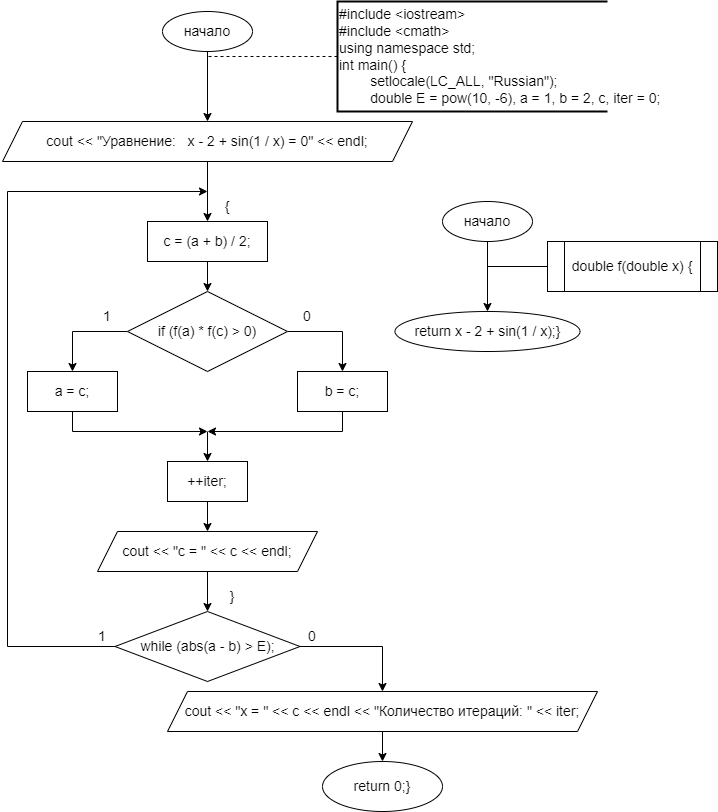
This is Метод половинного деления.drawio.png from SonyAkb/Methods, a draw.io export, as it was before one commit. Source tidied: cells renumbered, new cells last; positions are measured from the earlier drawing's top-left corner, leaving out a move shared by most shapes.
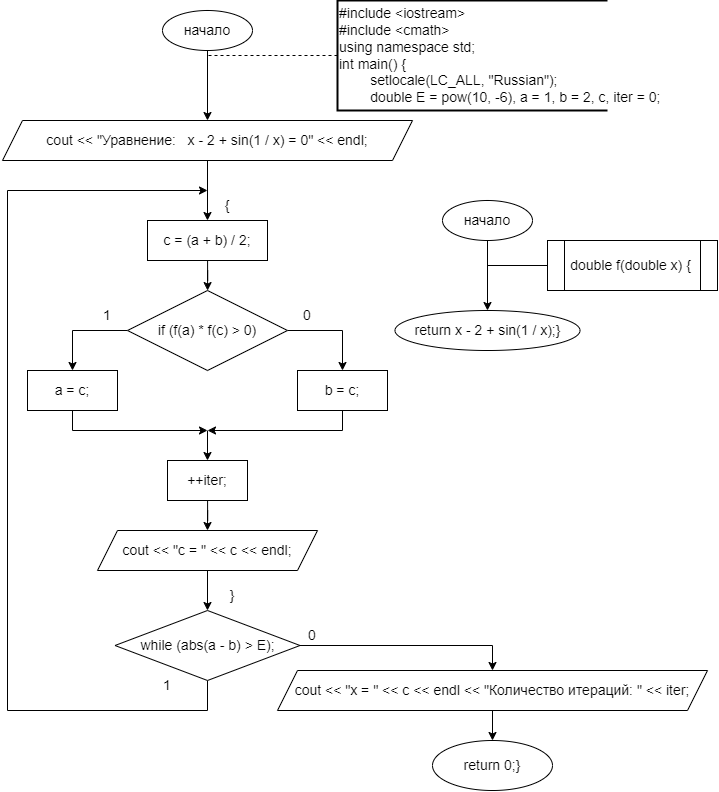
Above is the later version.

The edit, as a diff of the source:
```diff
@@ -76,11 +76,12 @@
     <mxCell id="21" value="++iter;" style="rounded=0;whiteSpace=wrap;html=1;fontSize=14;" parent="1" vertex="1">
       <mxGeometry x="165" y="460" width="80" height="40" as="geometry" />
     </mxCell>
-    <mxCell id="22" style="endArrow=classic;html=1;rounded=0;exitX=0;exitY=0.5;exitDx=0;exitDy=0;fontSize=14;" parent="1" edge="1" source="23">
+    <mxCell id="22" style="endArrow=classic;html=1;rounded=0;exitX=0.5;exitY=1;exitDx=0;exitDy=0;fontSize=14;" parent="1" edge="1" source="23">
       <mxGeometry relative="1" as="geometry">
         <mxPoint x="205" y="190" as="targetPoint" />
         <Array as="points">
-          <mxPoint x="5" y="645" />
+          <mxPoint x="205" y="710" />
+          <mxPoint x="5" y="710" />
           <mxPoint x="5" y="190" />
         </Array>
       </mxGeometry>
@@ -89,18 +90,18 @@
       <mxGeometry x="112.5" y="610" width="185" height="70" as="geometry" />
     </mxCell>
     <mxCell id="24" value="1" style="text;html=1;strokeColor=none;fillColor=none;align=center;verticalAlign=middle;whiteSpace=wrap;rounded=0;fontSize=14;" parent="1" vertex="1">
-      <mxGeometry x="80" y="620" width="40" height="30" as="geometry" />
+      <mxGeometry x="145" y="670" width="40" height="30" as="geometry" />
     </mxCell>
     <mxCell id="25" style="edgeStyle=orthogonalEdgeStyle;rounded=0;jettySize=auto;html=1;entryX=0.5;entryY=0;entryDx=0;entryDy=0;" parent="1" edge="1" source="26" target="31">
       <mxGeometry relative="1" as="geometry" />
     </mxCell>
     <mxCell id="26" value="cout &amp;lt;&amp;lt; &quot;x = &quot; &amp;lt;&amp;lt; c &amp;lt;&amp;lt; endl &amp;lt;&amp;lt; &quot;Количество итераций: &quot; &amp;lt;&amp;lt; iter;" style="shape=parallelogram;perimeter=parallelogramPerimeter;whiteSpace=wrap;html=1;fixedSize=1;fontSize=14;" parent="1" vertex="1">
-      <mxGeometry x="165" y="690" width="430" height="40" as="geometry" />
+      <mxGeometry x="275" y="670" width="430" height="40" as="geometry" />
     </mxCell>
     <mxCell id="27" style="endArrow=classic;html=1;rounded=0;exitX=1;exitY=0.5;exitDx=0;exitDy=0;entryX=0.5;entryY=0;entryDx=0;entryDy=0;fontSize=14;" parent="1" edge="1" source="23" target="26">
       <mxGeometry relative="1" as="geometry">
         <Array as="points">
-          <mxPoint x="380" y="645" />
+          <mxPoint x="490" y="645" />
         </Array>
       </mxGeometry>
     </mxCell>
@@ -114,7 +115,7 @@
       <mxGeometry x="210" y="580" width="40" height="30" as="geometry" />
     </mxCell>
     <mxCell id="31" value="return 0;}" style="ellipse;whiteSpace=wrap;html=1;fontSize=14;" parent="1" vertex="1">
-      <mxGeometry x="320" y="760" width="120" height="50" as="geometry" />
+      <mxGeometry x="430" y="740" width="120" height="50" as="geometry" />
     </mxCell>
     <mxCell id="32" value="&lt;font style=&quot;font-size: 14px;&quot;&gt;начало&lt;/font&gt;" style="ellipse;whiteSpace=wrap;html=1;fontSize=14;" parent="1" vertex="1">
       <mxGeometry x="440" y="200" width="90" height="40" as="geometry" />
```
